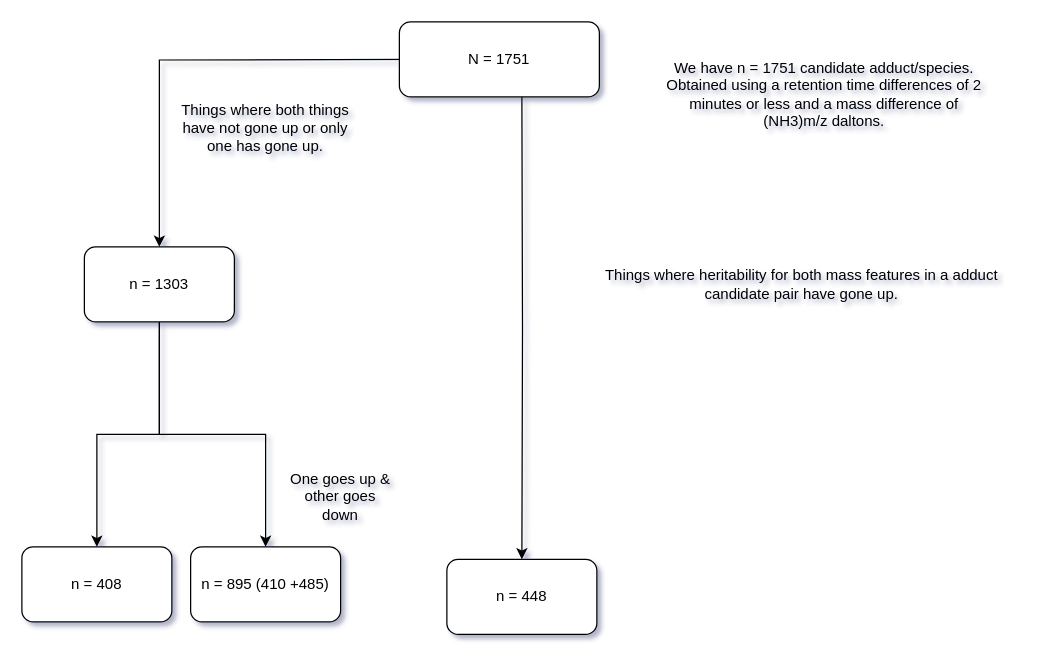
Earlier version of the draw.io diagram adduct_binning_decision_tree.drawio (RijanHasTwoEars7/draw_io_illustrations). Source tidied: cells renumbered, new cells numbered last; positions are measured from the earlier drawing's top-left corner, leaving out a move shared by most shapes. Both pictures are drawn from the tidied source at 125%, with x=0, y=0 at pixel (21, 21).
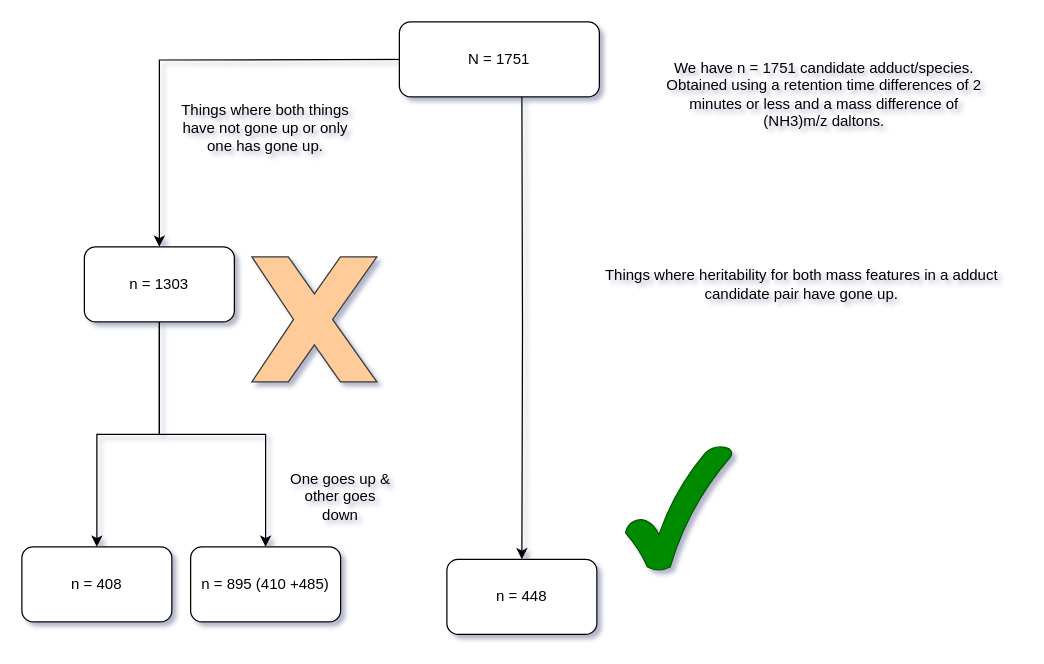
After the change.

Commit message:
communicate with shapes

Diff of the diagram source:
```diff
@@
 <mxGraphModel background="#ffffff" shadow="1">
   <root>
     <mxCell id="0" />
     <mxCell id="1" parent="0" />
     <mxCell id="2" style="edgeStyle=orthogonalEdgeStyle;rounded=0;jettySize=auto;html=1;" parent="1" edge="1" target="6">
       <mxGeometry relative="1" as="geometry">
         <mxPoint x="400" y="60" as="sourcePoint" />
       </mxGeometry>
     </mxCell>
     <mxCell id="3" style="edgeStyle=orthogonalEdgeStyle;rounded=0;jettySize=auto;html=1;" parent="1" edge="1" target="9">
       <mxGeometry relative="1" as="geometry">
         <mxPoint x="320" y="30" as="sourcePoint" />
       </mxGeometry>
     </mxCell>
     <mxCell id="4" value="N = 1751" style="rounded=1;whiteSpace=wrap;html=1;" parent="1" vertex="1">
       <mxGeometry x="302" width="160" height="60" as="geometry" />
     </mxCell>
     <mxCell id="5" value="We have n = 1751 candidate adduct/species. Obtained using a retention time differences of 2 minutes or less and a mass difference of (NH3)m/z daltons." style="text;html=1;strokeColor=none;fillColor=none;align=center;verticalAlign=middle;whiteSpace=wrap;rounded=0;" parent="1" vertex="1">
       <mxGeometry x="512" y="23" width="260" height="70" as="geometry" />
     </mxCell>
     <mxCell id="6" value="n = 448" style="whiteSpace=wrap;html=1;rounded=1;" parent="1" vertex="1">
       <mxGeometry x="340" y="430" width="120" height="60" as="geometry" />
     </mxCell>
     <mxCell id="7" style="edgeStyle=orthogonalEdgeStyle;rounded=0;jettySize=auto;html=1;" parent="1" edge="1" source="9" target="12">
       <mxGeometry relative="1" as="geometry" />
     </mxCell>
     <mxCell id="8" style="edgeStyle=orthogonalEdgeStyle;rounded=0;jettySize=auto;html=1;" parent="1" edge="1" source="9" target="13">
       <mxGeometry relative="1" as="geometry" />
     </mxCell>
     <mxCell id="9" value="n = 1303" style="whiteSpace=wrap;html=1;rounded=1;" parent="1" vertex="1">
       <mxGeometry x="50" y="180" width="120" height="60" as="geometry" />
     </mxCell>
     <mxCell id="10" value="Things where heritability for both mass features in a adduct candidate pair have gone up." style="text;html=1;strokeColor=none;fillColor=none;align=center;verticalAlign=middle;whiteSpace=wrap;rounded=0;" parent="1" vertex="1">
       <mxGeometry x="454" y="185" width="340" height="50" as="geometry" />
     </mxCell>
     <mxCell id="11" value="Things where both things have not gone up or only one has gone up." style="text;html=1;strokeColor=none;fillColor=none;align=center;verticalAlign=middle;whiteSpace=wrap;rounded=0;" parent="1" vertex="1">
       <mxGeometry x="120" y="50" width="150" height="70" as="geometry" />
     </mxCell>
     <mxCell id="12" value="n = 895 (410 +485)" style="whiteSpace=wrap;html=1;rounded=1;" parent="1" vertex="1">
       <mxGeometry x="135" y="420" width="120" height="60" as="geometry" />
     </mxCell>
     <mxCell id="13" value="n = 408" style="whiteSpace=wrap;html=1;rounded=1;" parent="1" vertex="1">
       <mxGeometry y="420" width="120" height="60" as="geometry" />
     </mxCell>
     <mxCell id="14" value="One goes up &amp;amp; other goes down" style="text;html=1;strokeColor=none;fillColor=none;align=center;verticalAlign=middle;whiteSpace=wrap;rounded=0;" parent="1" vertex="1">
       <mxGeometry x="210" y="350" width="90" height="60" as="geometry" />
     </mxCell>
+    <mxCell id="15" style="verticalLabelPosition=bottom;verticalAlign=top;html=1;shape=mxgraph.basic.x;fillColor=#ffcc99;strokeColor=#36393d;" parent="1" vertex="1">
+      <mxGeometry x="184" y="188" width="100" height="100" as="geometry" />
+    </mxCell>
+    <mxCell id="16" style="verticalLabelPosition=bottom;verticalAlign=top;html=1;shape=mxgraph.basic.tick;fillColor=#008a00;strokeColor=#005700;fontColor=#ffffff;" parent="1" vertex="1">
+      <mxGeometry x="483" y="339" width="85" height="100" as="geometry" />
+    </mxCell>
   </root>
 </mxGraphModel>
```
